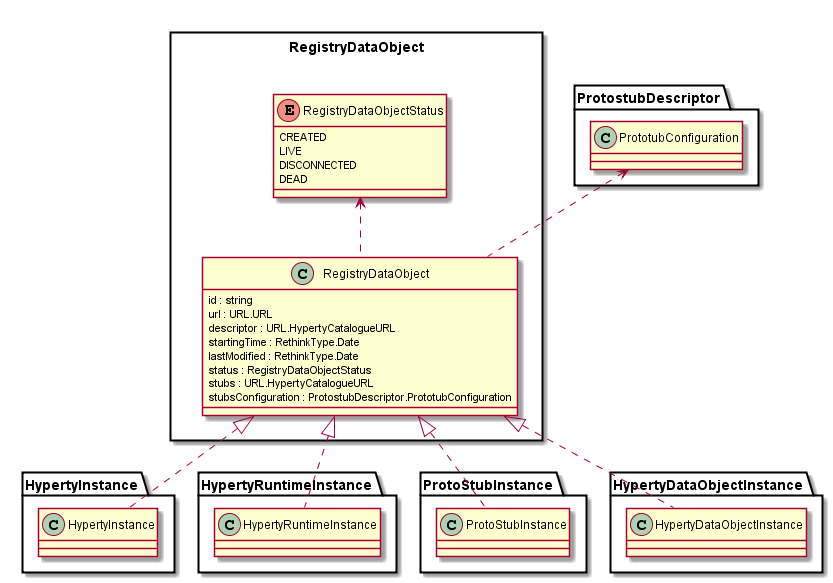
The PlantUML diagram docs/datamodel/Registry-Data-Object.png in reTHINK-project/dev-service-framework, before a commit.
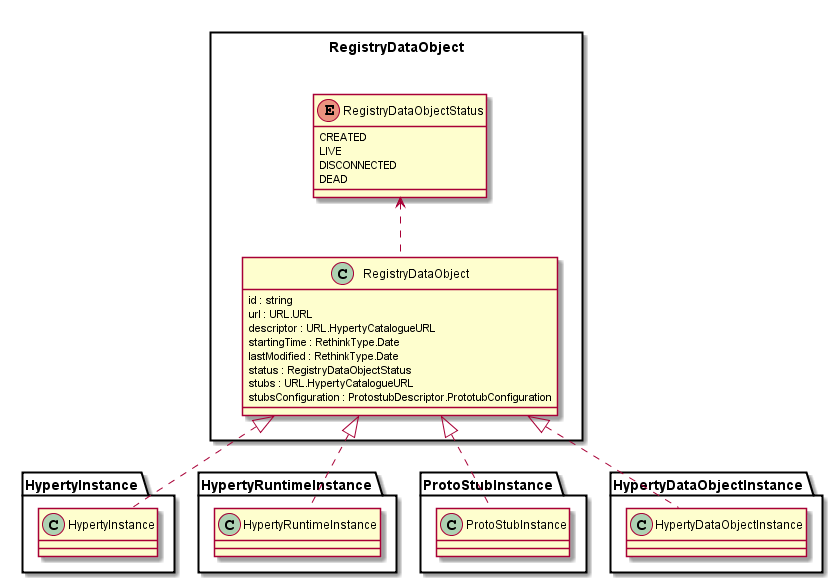
After the commit.

Commit message:
more fixes in the data model for json-schema generation

Diff of the diagram source:
```diff
@@ -21,7 +21,6 @@
 	}
 
 	RegistryDataObject .up.> RegistryDataObjectStatus
-	RegistryDataObject .up.> 	ProtostubDescriptor.PrototubConfiguration
 
 
 	HypertyInstance.HypertyInstance .up.|> RegistryDataObject
```
